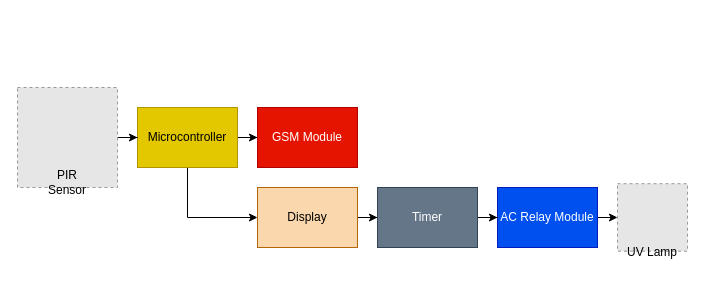
MMSaralde/Computer-Engineering-Practice-and-Design-2 keeps this draw.io diagram as March 3, 2022/Flowcharts/block diagram.drawio. Above is the earlier version. Source tidied: cells renumbered, new cells numbered last; positions are measured from the earlier drawing's top-left corner, leaving out a move shared by most shapes. Both pictures are drawn from the tidied source at 100%, with x=0, y=0 at pixel (17, 87). Pictures stored in the file or linked from it are replaced by grey dashed boxes.
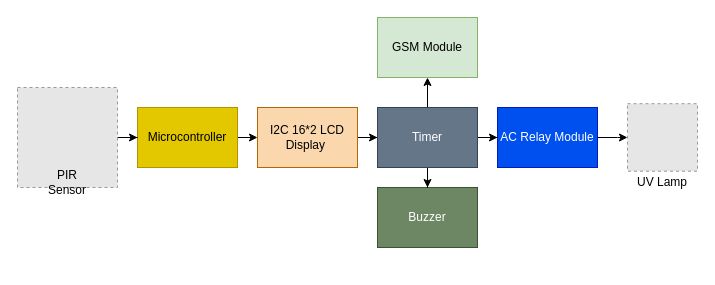
The same diagram, later.

The edit, as a diff of the source:
```diff
@@
 <mxGraphModel>
   <root>
     <mxCell id="0" />
     <mxCell id="1" parent="0" />
-    <mxCell id="2" style="edgeStyle=orthogonalEdgeStyle;rounded=0;jettySize=auto;html=1;" parent="1" edge="1" source="4" target="14">
-      <mxGeometry relative="1" as="geometry" />
+    <mxCell id="2" style="edgeStyle=orthogonalEdgeStyle;rounded=0;jettySize=auto;html=1;" parent="1" edge="1" source="4">
+      <mxGeometry relative="1" as="geometry">
+        <mxPoint x="240" y="50" as="targetPoint" />
+      </mxGeometry>
     </mxCell>
-    <mxCell id="3" style="edgeStyle=orthogonalEdgeStyle;rounded=0;jettySize=auto;html=1;exitX=0.5;exitY=1;exitDx=0;exitDy=0;entryX=0;entryY=0.5;entryDx=0;entryDy=0;" parent="1" edge="1" source="4" target="6">
-      <mxGeometry relative="1" as="geometry" />
-    </mxCell>
     <mxCell id="4" value="Microcontroller" style="rounded=0;whiteSpace=wrap;html=1;fillColor=#e3c800;strokeColor=#B09500;fontColor=#000000;" parent="1" vertex="1">
       <mxGeometry x="120" y="20" width="100" height="60" as="geometry" />
     </mxCell>
-    <mxCell id="5" style="edgeStyle=orthogonalEdgeStyle;rounded=0;jettySize=auto;html=1;" parent="1" edge="1" source="6" target="16">
-      <mxGeometry relative="1" as="geometry" />
-    </mxCell>
-    <mxCell id="6" value="Display" style="rounded=0;whiteSpace=wrap;html=1;fillColor=#fad7ac;strokeColor=#b46504;" parent="1" vertex="1">
-      <mxGeometry x="240" y="100" width="100" height="60" as="geometry" />
-    </mxCell>
     <mxCell id="7" style="edgeStyle=orthogonalEdgeStyle;rounded=0;jettySize=auto;html=1;" parent="1" edge="1" source="8" target="11">
       <mxGeometry relative="1" as="geometry" />
     </mxCell>
     <mxCell id="8" value="AC Relay Module" style="rounded=0;whiteSpace=wrap;html=1;fillColor=#0050ef;strokeColor=#001DBC;fontColor=#ffffff;" parent="1" vertex="1">
-      <mxGeometry x="480" y="100" width="100" height="60" as="geometry" />
+      <mxGeometry x="480" y="20" width="100" height="60" as="geometry" />
     </mxCell>
     <mxCell id="9" style="edgeStyle=orthogonalEdgeStyle;rounded=0;jettySize=auto;html=1;" parent="1" edge="1" source="10" target="4">
       <mxGeometry relative="1" as="geometry" />
     </mxCell>
     <mxCell id="10" style="fillColor=#E6E6E6;strokeColor=#999999;dashed=1;verticalLabelPosition=bottom;verticalAlign=top;" parent="1" vertex="1">
       <mxGeometry width="100" height="100" as="geometry" />
     </mxCell>
     <mxCell id="11" style="fillColor=#E6E6E6;strokeColor=#999999;dashed=1;verticalLabelPosition=bottom;verticalAlign=top;" parent="1" vertex="1">
-      <mxGeometry x="600" y="96.2" width="70" height="67.5" as="geometry" />
+      <mxGeometry x="610" y="16.2" width="70" height="67.5" as="geometry" />
     </mxCell>
     <mxCell id="12" value="PIR Sensor" style="text;html=1;strokeColor=none;fillColor=none;align=center;verticalAlign=middle;whiteSpace=wrap;rounded=0;" parent="1" vertex="1">
       <mxGeometry x="20" y="80" width="60" height="30" as="geometry" />
     </mxCell>
     <mxCell id="13" value="UV Lamp" style="text;html=1;strokeColor=none;fillColor=none;align=center;verticalAlign=middle;whiteSpace=wrap;rounded=0;" parent="1" vertex="1">
-      <mxGeometry x="605" y="150" width="60" height="30" as="geometry" />
+      <mxGeometry x="615" y="80" width="60" height="30" as="geometry" />
     </mxCell>
+    <mxCell id="17" value="Buzzer" style="rounded=0;whiteSpace=wrap;html=1;fillColor=#6d8764;fontColor=#ffffff;strokeColor=#3A5431;" parent="1" vertex="1">
+      <mxGeometry x="360" y="100" width="100" height="60" as="geometry" />
+    </mxCell>
-    <mxCell id="14" value="GSM Module" style="rounded=0;whiteSpace=wrap;html=1;fillColor=#e51400;fontColor=#ffffff;strokeColor=#B20000;" parent="1" vertex="1">
-      <mxGeometry x="240" y="20" width="100" height="60" as="geometry" />
+    <mxCell id="14" value="GSM Module" style="rounded=0;whiteSpace=wrap;html=1;fillColor=#d5e8d4;strokeColor=#82b366;" parent="1" vertex="1">
+      <mxGeometry x="360" y="-70" width="100" height="60" as="geometry" />
     </mxCell>
+    <mxCell id="18" style="edgeStyle=orthogonalEdgeStyle;rounded=0;jettySize=auto;html=1;" parent="1" edge="1" source="19" target="16">
+      <mxGeometry relative="1" as="geometry" />
+    </mxCell>
+    <mxCell id="19" value="I2C 16*2 LCD Display&amp;nbsp;" style="rounded=0;whiteSpace=wrap;html=1;fillColor=#fad7ac;strokeColor=#b46504;" parent="1" vertex="1">
+      <mxGeometry x="240" y="20" width="100" height="60" as="geometry" />
+    </mxCell>
+    <mxCell id="20" style="edgeStyle=orthogonalEdgeStyle;rounded=0;jettySize=auto;html=1;" parent="1" edge="1" source="16" target="14">
+      <mxGeometry relative="1" as="geometry" />
+    </mxCell>
+    <mxCell id="21" style="edgeStyle=orthogonalEdgeStyle;rounded=0;jettySize=auto;html=1;" parent="1" edge="1" source="16" target="17">
+      <mxGeometry relative="1" as="geometry" />
+    </mxCell>
     <mxCell id="15" style="edgeStyle=orthogonalEdgeStyle;rounded=0;jettySize=auto;html=1;" parent="1" edge="1" source="16" target="8">
       <mxGeometry relative="1" as="geometry" />
     </mxCell>
     <mxCell id="16" value="Timer" style="rounded=0;whiteSpace=wrap;html=1;fillColor=#647687;fontColor=#ffffff;strokeColor=#314354;" parent="1" vertex="1">
-      <mxGeometry x="360" y="100" width="100" height="60" as="geometry" />
+      <mxGeometry x="360" y="20" width="100" height="60" as="geometry" />
     </mxCell>
   </root>
 </mxGraphModel>
```
